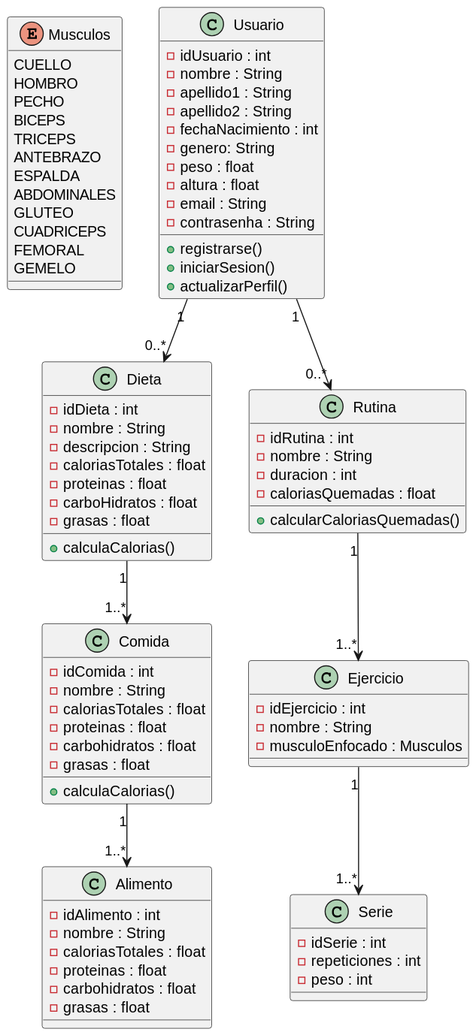
Earlier version of the PlantUML export Diagramas/DiagramaDeClases.svg (AlejandroAranaGomez/TFG).
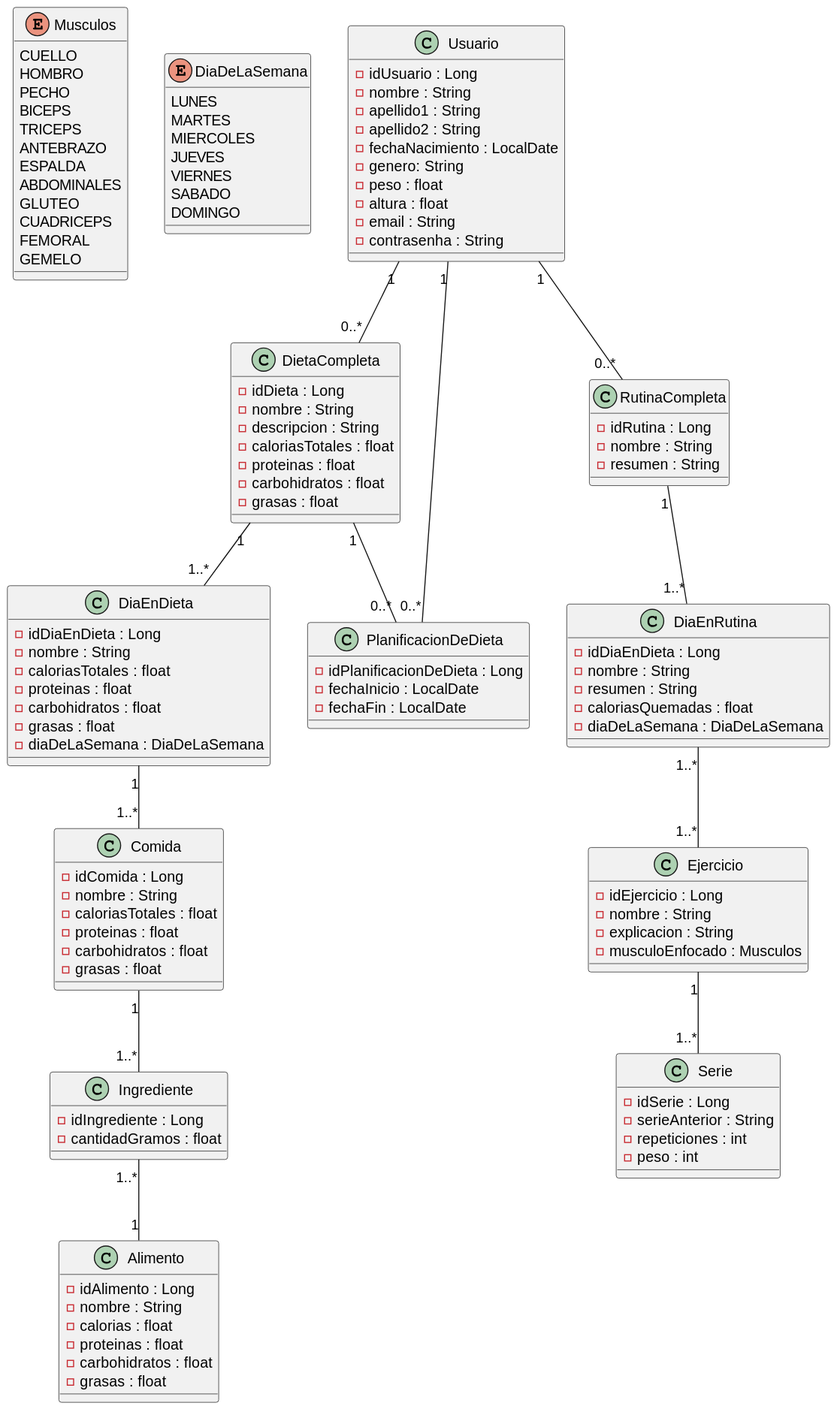
The same diagram one commit later.

The edit, as a diff of the source:
```diff
@@ -1,4 +1,5 @@
 @startuml
+
 enum Musculos  {
 CUELLO
 HOMBRO
@@ -14,45 +15,58 @@
 GEMELO
 }
 
+enum DiaDeLaSemana  {
+LUNES
+MARTES
+MIERCOLES
+JUEVES
+VIERNES
+SABADO
+DOMINGO
+}
+
+
 class Usuario {
-- idUsuario : int
+- idUsuario : Long
 - nombre : String
 - apellido1 : String
 - apellido2 : String
-- fechaNacimiento : int
+- fechaNacimiento : LocalDate
 - genero: String
 - peso : float
 - altura : float
 - email : String
 - contrasenha : String
-+ registrarse()
-+ iniciarSesion()
-+ actualizarPerfil()
 }
 
-class Dieta {
-- idDieta : int
+class DietaCompleta {
+- idDieta : Long
 - nombre : String
 - descripcion : String
 - caloriasTotales : float
 - proteinas : float
-- carboHidratos : float
+- carbohidratos : float
 - grasas : float
-+ calculaCalorias()
 }
 
-class Comida {
-- idComida : int
+class DiaEnDieta {
+- idDiaEnDieta : Long
 - nombre : String
 - caloriasTotales : float
 - proteinas : float
 - carbohidratos : float
 - grasas : float
-+ calculaCalorias()
+- diaDeLaSemana : DiaDeLaSemana
 }
 
-class Alimento {
-- idAlimento : int
+class PlanificacionDeDieta {
+- idPlanificacionDeDieta : Long
+- fechaInicio : LocalDate
+- fechaFin : LocalDate
+}
+
+class Comida {
+- idComida : Long
 - nombre : String
 - caloriasTotales : float
 - proteinas : float
@@ -60,35 +74,68 @@
 - grasas : float
 }
 
-class Rutina {
-- idRutina : int
+class Ingrediente {
+- idIngrediente : Long
+- cantidadGramos : float
+}
+
+class Alimento {
+- idAlimento : Long
 - nombre : String
-- duracion : int
+- calorias : float
+- proteinas : float
+- carbohidratos : float
+- grasas : float
+}
+
+class RutinaCompleta {
+- idRutina : Long
+- nombre : String
+- resumen : String
+}
+
+class DiaEnRutina {
+- idDiaEnDieta : Long
+- nombre : String
+- resumen : String
 - caloriasQuemadas : float
-+ calcularCaloriasQuemadas()
+- diaDeLaSemana : DiaDeLaSemana
 }
 
 class Ejercicio {
-- idEjercicio : int
+- idEjercicio : Long
 - nombre : String
+- explicacion : String
 - musculoEnfocado : Musculos
 }
 
 class Serie {
-- idSerie : int
+- idSerie : Long
+- serieAnterior : String
 - repeticiones : int
 - peso : int
 }
 
-Usuario "1"  --> "0..*" Dieta
 
-Usuario "1"  --> "0..*" Rutina
+Usuario "1"  -- "0..*" DietaCompleta
 
-Dieta "1"  --> "1..*" Comida
+Usuario "1" -- "0..*" PlanificacionDeDieta
 
-Comida "1"  --> "1..*" Alimento
+DietaCompleta "1" -- "1..*" DiaEnDieta
 
-Rutina "1"  --> "1..*" Ejercicio
+DietaCompleta "1" -- "0..*" PlanificacionDeDieta
 
-Ejercicio "1"  --> "1..*" Serie
+Usuario "1"  -- "0..*" RutinaCompleta
+
+DiaEnDieta "1"  -- "1..*" Comida
+
+Comida "1"  -- "1..*" Ingrediente
+
+Ingrediente "1..*" -- "1" Alimento
+
+RutinaCompleta "1"  -- "1..*" DiaEnRutina
+
+DiaEnRutina "1..*" -- "1..*" Ejercicio
+
+Ejercicio "1"  -- "1..*" Serie
 @enduml
```
